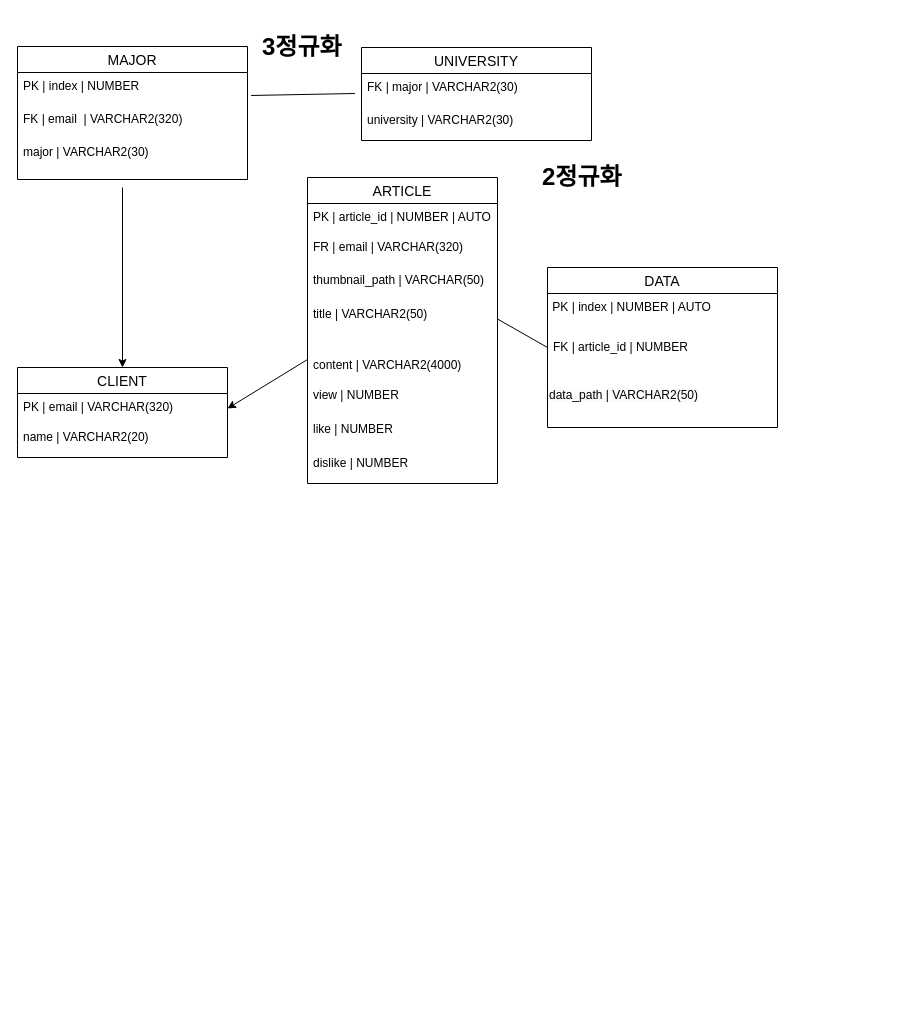
This is 다이어그램.drawio from creepereye1204/DATABASE, a draw.io file, before an edit. Source tidied: cells renumbered, new cells numbered last; positions are measured from the earlier drawing's top-left corner, leaving out a move shared by most shapes. Both pictures are drawn from the tidied source at 100%, with x=0, y=0 at pixel (17, 27).
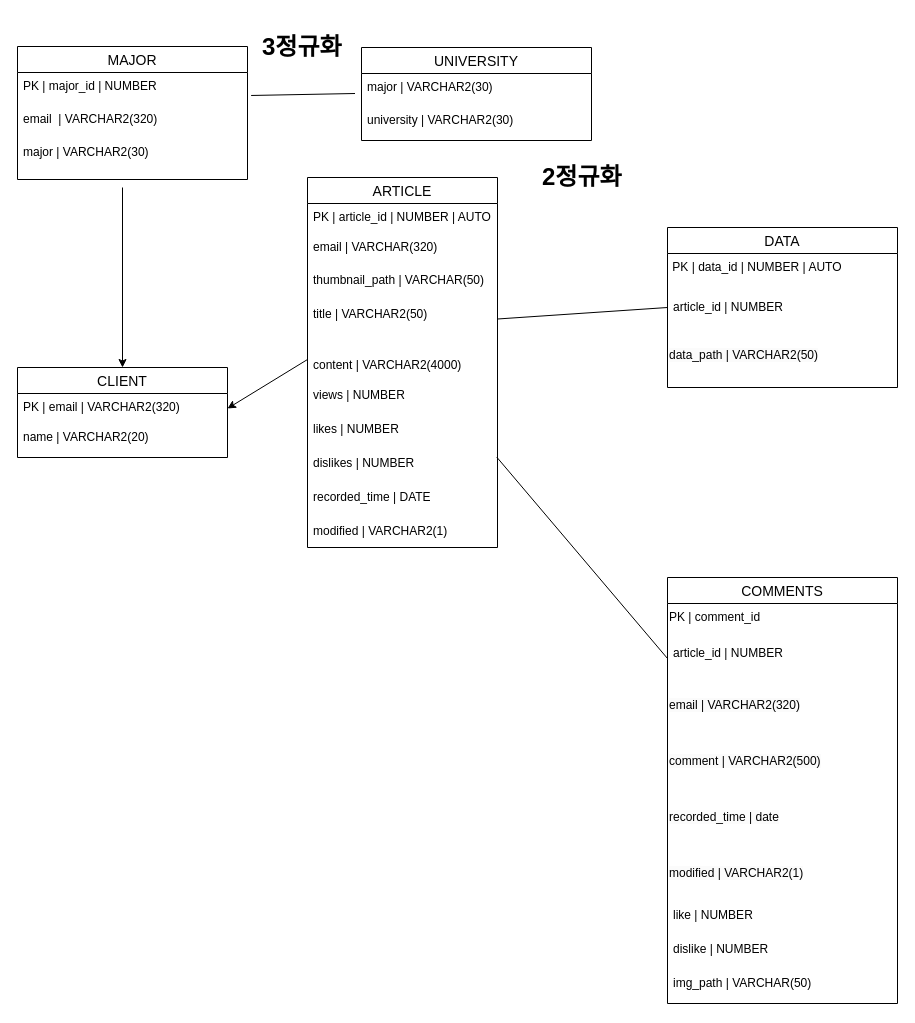
Above is the later version.

Commit message (it also covers changes not shown here):
다이어그램.drawio 업데이트

Unchanged cells that the change refers to:
```xml
<mxCell id="2" value="CLIENT" style="swimlane;fontStyle=0;horizontal=1;startSize=26;align=center;fontSize=14;" parent="1" vertex="1">
  <mxGeometry y="340" width="210" height="90" as="geometry" />
</mxCell>
<mxCell id="14" value="MAJOR" style="swimlane;fontStyle=0;horizontal=1;startSize=26;align=center;fontSize=14;" parent="1" vertex="1">
  <mxGeometry y="19" width="230" height="133" as="geometry" />
</mxCell>
<mxCell id="25" value="UNIVERSITY" style="swimlane;fontStyle=0;horizontal=1;startSize=26;align=center;fontSize=14;" parent="1" vertex="1">
  <mxGeometry x="344" y="20" width="230" height="93" as="geometry" />
</mxCell>
```

What changed in the source:
```diff
@@
-    <mxCell id="3" value="PK | email | VARCHAR(320)" style="text;strokeColor=none;fillColor=none;spacingLeft=4;spacingRight=4;overflow=hidden;points=[[0,0.5],[1,0.5]];portConstraint=eastwest;fontSize=12;whiteSpace=wrap;html=1;" parent="2" vertex="1">
+    <mxCell id="3" value="PK | email | VARCHAR2(320)" style="text;strokeColor=none;fillColor=none;spacingLeft=4;spacingRight=4;overflow=hidden;points=[[0,0.5],[1,0.5]];portConstraint=eastwest;fontSize=12;whiteSpace=wrap;html=1;" parent="2" vertex="1">
       <mxGeometry y="26" width="210" height="30" as="geometry" />
     </mxCell>
@@
     <mxCell id="5" value="ARTICLE" style="swimlane;fontStyle=0;horizontal=1;startSize=26;align=center;fontSize=14;" parent="1" vertex="1">
-      <mxGeometry x="290" y="150" width="190" height="306" as="geometry" />
+      <mxGeometry x="290" y="150" width="190" height="370" as="geometry" />
     </mxCell>
@@
-    <mxCell id="7" value="FR | email | VARCHAR(320)" style="text;strokeColor=none;fillColor=none;spacingLeft=4;spacingRight=4;overflow=hidden;fontSize=12;whiteSpace=wrap;html=1;" parent="5" vertex="1">
+    <mxCell id="7" value="email | VARCHAR(320)" style="text;strokeColor=none;fillColor=none;spacingLeft=4;spacingRight=4;overflow=hidden;fontSize=12;whiteSpace=wrap;html=1;" parent="5" vertex="1">
       <mxGeometry y="56" width="190" height="33" as="geometry" />
     </mxCell>
@@
-    <mxCell id="11" value="view | NUMBER" style="text;strokeColor=none;fillColor=none;spacingLeft=4;spacingRight=4;overflow=hidden;fontSize=12;whiteSpace=wrap;html=1;" parent="5" vertex="1">
+    <mxCell id="11" value="views | NUMBER" style="text;strokeColor=none;fillColor=none;spacingLeft=4;spacingRight=4;overflow=hidden;fontSize=12;whiteSpace=wrap;html=1;" parent="5" vertex="1">
       <mxGeometry y="204" width="190" height="34" as="geometry" />
     </mxCell>
-    <mxCell id="12" value="like | NUMBER" style="text;strokeColor=none;fillColor=none;spacingLeft=4;spacingRight=4;overflow=hidden;fontSize=12;whiteSpace=wrap;html=1;" parent="5" vertex="1">
+    <mxCell id="12" value="likes | NUMBER" style="text;strokeColor=none;fillColor=none;spacingLeft=4;spacingRight=4;overflow=hidden;fontSize=12;whiteSpace=wrap;html=1;" parent="5" vertex="1">
       <mxGeometry y="238" width="190" height="34" as="geometry" />
     </mxCell>
+    <mxCell id="31" value="dislikes | NUMBER" style="text;strokeColor=none;fillColor=none;spacingLeft=4;spacingRight=4;overflow=hidden;points=[[0,0.5],[1,0.5]];portConstraint=eastwest;fontSize=12;whiteSpace=wrap;html=1;" parent="5" vertex="1">
+      <mxGeometry y="272" width="190" height="34" as="geometry" />
+    </mxCell>
-    <mxCell id="13" value="dislike | NUMBER" style="text;strokeColor=none;fillColor=none;spacingLeft=4;spacingRight=4;overflow=hidden;fontSize=12;whiteSpace=wrap;html=1;" parent="5" vertex="1">
-      <mxGeometry y="272" width="190" height="34" as="geometry" />
+    <mxCell id="13" value="recorded_time&amp;nbsp;| DATE" style="text;strokeColor=none;fillColor=none;spacingLeft=4;spacingRight=4;overflow=hidden;fontSize=12;whiteSpace=wrap;html=1;" parent="5" vertex="1">
+      <mxGeometry y="306" width="190" height="34" as="geometry" />
     </mxCell>
+    <mxCell id="32" value="modified | VARCHAR2(1)" style="text;strokeColor=none;fillColor=none;spacingLeft=4;spacingRight=4;overflow=hidden;fontSize=12;whiteSpace=wrap;html=1;" parent="5" vertex="1">
+      <mxGeometry y="340" width="190" height="30" as="geometry" />
+    </mxCell>
@@
-    <mxCell id="15" value="PK | index | NUMBER" style="text;strokeColor=none;fillColor=none;spacingLeft=4;spacingRight=4;overflow=hidden;fontSize=12;whiteSpace=wrap;html=1;" parent="14" vertex="1">
+    <mxCell id="15" value="PK | major_id | NUMBER" style="text;strokeColor=none;fillColor=none;spacingLeft=4;spacingRight=4;overflow=hidden;fontSize=12;whiteSpace=wrap;html=1;" parent="14" vertex="1">
       <mxGeometry y="26" width="230" height="33" as="geometry" />
     </mxCell>
-    <mxCell id="16" value="FK | email&amp;nbsp; | VARCHAR2(320)" style="text;strokeColor=none;fillColor=none;spacingLeft=4;spacingRight=4;overflow=hidden;fontSize=12;whiteSpace=wrap;html=1;" parent="14" vertex="1">
+    <mxCell id="16" value="email&amp;nbsp; | VARCHAR2(320)" style="text;strokeColor=none;fillColor=none;spacingLeft=4;spacingRight=4;overflow=hidden;fontSize=12;whiteSpace=wrap;html=1;" parent="14" vertex="1">
       <mxGeometry y="59" width="230" height="33" as="geometry" />
     </mxCell>
@@
     <mxCell id="20" value="DATA" style="swimlane;fontStyle=0;horizontal=1;startSize=26;align=center;fontSize=14;" parent="1" vertex="1">
-      <mxGeometry x="530" y="240" width="230" height="160" as="geometry" />
+      <mxGeometry x="650" y="200" width="230" height="160" as="geometry" />
     </mxCell>
-    <mxCell id="21" value="&amp;nbsp;PK | index | NUMBER | AUTO" style="text;whiteSpace=wrap;html=1;" parent="20" vertex="1">
+    <mxCell id="21" value="&amp;nbsp;PK | data_id | NUMBER | AUTO" style="text;whiteSpace=wrap;html=1;" parent="20" vertex="1">
       <mxGeometry y="26" width="230" height="40" as="geometry" />
     </mxCell>
-    <mxCell id="22" value="FK | article_id | NUMBER" style="text;strokeColor=none;fillColor=none;spacingLeft=4;spacingRight=4;overflow=hidden;fontSize=12;whiteSpace=wrap;html=1;" parent="20" vertex="1">
+    <mxCell id="22" value="article_id | NUMBER" style="text;strokeColor=none;fillColor=none;spacingLeft=4;spacingRight=4;overflow=hidden;fontSize=12;whiteSpace=wrap;html=1;" parent="20" vertex="1">
       <mxGeometry y="66" width="230" height="34" as="geometry" />
     </mxCell>
@@
-    <mxCell id="26" value="FK | major | VARCHAR2(30)" style="text;strokeColor=none;fillColor=none;spacingLeft=4;spacingRight=4;overflow=hidden;fontSize=12;whiteSpace=wrap;html=1;" parent="25" vertex="1">
+    <mxCell id="26" value="major | VARCHAR2(30)" style="text;strokeColor=none;fillColor=none;spacingLeft=4;spacingRight=4;overflow=hidden;fontSize=12;whiteSpace=wrap;html=1;" parent="25" vertex="1">
       <mxGeometry y="26" width="230" height="33" as="geometry" />
     </mxCell>
@@
+    <mxCell id="33" value="COMMENTS" style="swimlane;fontStyle=0;horizontal=1;startSize=26;align=center;fontSize=14;" parent="1" vertex="1">
+      <mxGeometry x="650" y="550" width="230" height="426" as="geometry" />
+    </mxCell>
+    <mxCell id="34" value="PK | comment_id" style="text;whiteSpace=wrap;html=1;" parent="33" vertex="1">
+      <mxGeometry y="26" width="230" height="36" as="geometry" />
+    </mxCell>
+    <mxCell id="35" value="article_id | NUMBER" style="text;strokeColor=none;fillColor=none;spacingLeft=4;spacingRight=4;overflow=hidden;points=[[0,0.5],[1,0.5]];portConstraint=eastwest;fontSize=12;whiteSpace=wrap;html=1;" parent="33" vertex="1">
+      <mxGeometry y="62" width="230" height="38" as="geometry" />
+    </mxCell>
+    <mxCell id="36" value="&lt;br&gt;&lt;span style=&quot;color: rgb(0, 0, 0); font-family: Helvetica; font-size: 12px; font-style: normal; font-variant-ligatures: normal; font-variant-caps: normal; font-weight: 400; letter-spacing: normal; orphans: 2; text-align: left; text-indent: 0px; text-transform: none; widows: 2; word-spacing: 0px; -webkit-text-stroke-width: 0px; background-color: rgb(251, 251, 251); text-decoration-thickness: initial; text-decoration-style: initial; text-decoration-color: initial; float: none; display: inline !important;&quot;&gt;email | VARCHAR2(320)&lt;/span&gt;" style="text;whiteSpace=wrap;html=1;" parent="33" vertex="1">
+      <mxGeometry y="100" width="230" height="56" as="geometry" />
+    </mxCell>
+    <mxCell id="37" value="&lt;br&gt;&lt;span style=&quot;color: rgb(0, 0, 0); font-family: Helvetica; font-size: 12px; font-style: normal; font-variant-ligatures: normal; font-variant-caps: normal; font-weight: 400; letter-spacing: normal; orphans: 2; text-align: left; text-indent: 0px; text-transform: none; widows: 2; word-spacing: 0px; -webkit-text-stroke-width: 0px; background-color: rgb(251, 251, 251); text-decoration-thickness: initial; text-decoration-style: initial; text-decoration-color: initial; float: none; display: inline !important;&quot;&gt;comment | VARCHAR2(500)&lt;/span&gt;" style="text;whiteSpace=wrap;html=1;" parent="33" vertex="1">
+      <mxGeometry y="156" width="230" height="56" as="geometry" />
+    </mxCell>
+    <mxCell id="38" value="&lt;br&gt;&lt;span style=&quot;color: rgb(0, 0, 0); font-family: Helvetica; font-size: 12px; font-style: normal; font-variant-ligatures: normal; font-variant-caps: normal; font-weight: 400; letter-spacing: normal; orphans: 2; text-align: left; text-indent: 0px; text-transform: none; widows: 2; word-spacing: 0px; -webkit-text-stroke-width: 0px; background-color: rgb(251, 251, 251); text-decoration-thickness: initial; text-decoration-style: initial; text-decoration-color: initial; float: none; display: inline !important;&quot;&gt;recorded_time | date&lt;/span&gt;" style="text;whiteSpace=wrap;html=1;" parent="33" vertex="1">
+      <mxGeometry y="212" width="230" height="56" as="geometry" />
+    </mxCell>
+    <mxCell id="39" value="&lt;br&gt;&lt;span style=&quot;color: rgb(0, 0, 0); font-family: Helvetica; font-size: 12px; font-style: normal; font-variant-ligatures: normal; font-variant-caps: normal; font-weight: 400; letter-spacing: normal; orphans: 2; text-align: left; text-indent: 0px; text-transform: none; widows: 2; word-spacing: 0px; -webkit-text-stroke-width: 0px; background-color: rgb(251, 251, 251); text-decoration-thickness: initial; text-decoration-style: initial; text-decoration-color: initial; float: none; display: inline !important;&quot;&gt;modified | VARCHAR2(1)&lt;/span&gt;" style="text;whiteSpace=wrap;html=1;" parent="33" vertex="1">
+      <mxGeometry y="268" width="230" height="56" as="geometry" />
+    </mxCell>
+    <mxCell id="40" value="like | NUMBER" style="text;strokeColor=none;fillColor=none;spacingLeft=4;spacingRight=4;overflow=hidden;fontSize=12;whiteSpace=wrap;html=1;" parent="33" vertex="1">
+      <mxGeometry y="324" width="230" height="34" as="geometry" />
+    </mxCell>
+    <mxCell id="41" value="dislike | NUMBER" style="text;strokeColor=none;fillColor=none;spacingLeft=4;spacingRight=4;overflow=hidden;fontSize=12;whiteSpace=wrap;html=1;" parent="33" vertex="1">
+      <mxGeometry y="358" width="230" height="34" as="geometry" />
+    </mxCell>
+    <mxCell id="42" value="img_path | VARCHAR(50)" style="text;strokeColor=none;fillColor=none;spacingLeft=4;spacingRight=4;overflow=hidden;fontSize=12;whiteSpace=wrap;html=1;" parent="33" vertex="1">
+      <mxGeometry y="392" width="230" height="34" as="geometry" />
+    </mxCell>
+    <mxCell id="43" style="endArrow=none;html=1;rounded=0;entryX=0.996;entryY=0.224;entryDx=0;entryDy=0;entryPerimeter=0;exitX=0;exitY=0.5;exitDx=0;exitDy=0;" parent="1" edge="1" source="35" target="31">
+      <mxGeometry relative="1" as="geometry" />
+    </mxCell>
```
